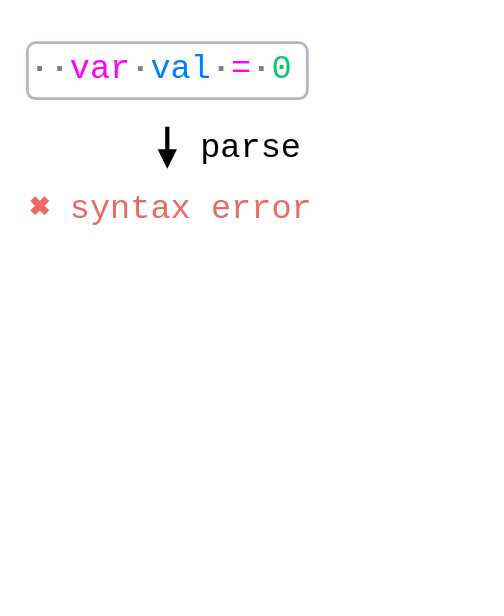
This is assets/parser-syntax-error.drawio.svg from Conaclos/biome-fosdem-2024, a draw.io export, as it was before one commit. Source tidied: cells renumbered, new cells last; positions are measured from the earlier drawing's top-left corner, leaving out a move shared by most shapes. The source it was exported from:
```xml
<mxGraphModel background="#fef7e0">
  <root>
    <mxCell id="0" />
    <mxCell id="1" parent="0" />
    <mxCell id="2" style="rounded=0;whiteSpace=wrap;html=1;fillColor=none;strokeColor=none;fontFamily=Courier New;fontSize=24;" parent="1" vertex="1">
      <mxGeometry width="360" height="440" as="geometry" />
    </mxCell>
    <mxCell id="3" value="&lt;p style=&quot;font-size: 24px;&quot;&gt;&lt;font style=&quot;font-size: 24px;&quot;&gt;&lt;font color=&quot;#808080&quot; style=&quot;font-size: 24px;&quot;&gt;&lt;b style=&quot;font-size: 24px;&quot;&gt;·&lt;/b&gt;&lt;/font&gt;&lt;/font&gt;&lt;font style=&quot;font-size: 24px;&quot;&gt;&lt;font color=&quot;#808080&quot; style=&quot;font-size: 24px;&quot;&gt;&lt;b style=&quot;font-size: 24px;&quot;&gt;·&lt;/b&gt;&lt;/font&gt;&lt;/font&gt;&lt;font style=&quot;font-size: 24px;&quot;&gt;&lt;font color=&quot;#ff00ff&quot; style=&quot;font-size: 24px;&quot;&gt;var&lt;/font&gt;&lt;/font&gt;&lt;font style=&quot;font-size: 24px;&quot;&gt;&lt;b style=&quot;font-size: 24px;&quot;&gt;&lt;font color=&quot;#808080&quot; style=&quot;font-size: 24px;&quot;&gt;·&lt;/font&gt;&lt;/b&gt;&lt;font color=&quot;#007fff&quot; style=&quot;font-size: 24px;&quot;&gt;&lt;font style=&quot;font-size: 24px;&quot;&gt;&lt;font style=&quot;font-size: 24px;&quot;&gt;v&lt;/font&gt;&lt;/font&gt;&lt;/font&gt;&lt;font color=&quot;#007fff&quot; style=&quot;font-size: 24px;&quot;&gt;&lt;font style=&quot;font-size: 24px;&quot;&gt;&lt;font style=&quot;font-size: 24px;&quot;&gt;a&lt;/font&gt;&lt;/font&gt;&lt;/font&gt;&lt;font color=&quot;#007fff&quot; style=&quot;font-size: 24px;&quot;&gt;&lt;font style=&quot;font-size: 24px;&quot;&gt;&lt;font style=&quot;font-size: 24px;&quot;&gt;l&lt;/font&gt;&lt;/font&gt;&lt;/font&gt;&lt;font color=&quot;#808080&quot; style=&quot;font-size: 24px;&quot;&gt;&lt;b style=&quot;font-size: 24px;&quot;&gt;·&lt;/b&gt;&lt;/font&gt;&lt;font color=&quot;#ff00ff&quot; style=&quot;font-size: 24px;&quot;&gt;&lt;font style=&quot;font-size: 24px;&quot;&gt;&lt;font style=&quot;font-size: 24px;&quot;&gt;=&lt;/font&gt;&lt;/font&gt;&lt;/font&gt;&lt;font color=&quot;#808080&quot; style=&quot;font-size: 24px;&quot;&gt;&lt;b style=&quot;font-size: 24px;&quot;&gt;&lt;font style=&quot;font-size: 24px;&quot;&gt;·&lt;/font&gt;&lt;/b&gt;&lt;/font&gt;&lt;font style=&quot;font-size: 24px;&quot;&gt;&lt;font style=&quot;font-size: 24px;&quot;&gt;&lt;font color=&quot;#00cc66&quot; style=&quot;font-size: 24px;&quot;&gt;0&lt;/font&gt;&lt;/font&gt;&lt;/font&gt;&lt;/font&gt;&lt;/p&gt;" style="rounded=1;whiteSpace=wrap;html=1;fillColor=none;strokeColor=#190033;strokeWidth=2;perimeterSpacing=0;fillOpacity=100;opacity=30;fontFamily=Courier New;align=left;fontSize=24;verticalAlign=middle;" parent="1" vertex="1">
      <mxGeometry x="20" y="30" width="200" height="40" as="geometry" />
    </mxCell>
    <mxCell id="4" value="&lt;div class=&quot;language-text&quot; style=&quot;font-size: 24px;&quot;&gt;&lt;code class=&quot;language-text&quot; style=&quot;font-size: 24px;&quot;&gt;&lt;strong style=&quot;font-size: 24px;&quot;&gt;  &lt;/strong&gt;&lt;font color=&quot;#ea6b66&quot;&gt;&lt;strong style=&quot;font-size: 24px;&quot;&gt;&lt;span style=&quot;font-size: 24px;&quot;&gt;✖&lt;/span&gt;&lt;/strong&gt;&amp;nbsp;syntax error&lt;/font&gt;&lt;/code&gt;&lt;code class=&quot;language-text&quot; style=&quot;font-size: 24px;&quot;&gt;&lt;br&gt;&lt;/code&gt;&lt;/div&gt;" style="text;html=1;align=left;verticalAlign=middle;strokeColor=none;fillColor=none;fontFamily=Courier New;fontSize=24;" parent="1" vertex="1">
      <mxGeometry x="20" y="130" width="230" height="40" as="geometry" />
    </mxCell>
    <mxCell id="5" style="rounded=0;orthogonalLoop=1;jettySize=auto;html=1;strokeWidth=3;endArrow=block;endFill=1;fontFamily=Courier New;fontSize=24;" parent="1" edge="1">
      <mxGeometry relative="1" as="geometry">
        <mxPoint x="120" y="90" as="sourcePoint" />
        <mxPoint x="120" y="120" as="targetPoint" />
      </mxGeometry>
    </mxCell>
    <mxCell id="6" value="&lt;font style=&quot;font-size: 24px;&quot;&gt;parse&lt;br style=&quot;font-size: 24px;&quot;&gt;&lt;/font&gt;" style="edgeLabel;html=1;align=left;verticalAlign=middle;labelBackgroundColor=none;fontFamily=Courier New;fontSize=24;" parent="5" vertex="1">
      <mxGeometry relative="1" as="geometry">
        <mxPoint x="22" as="offset" />
      </mxGeometry>
    </mxCell>
  </root>
</mxGraphModel>
```
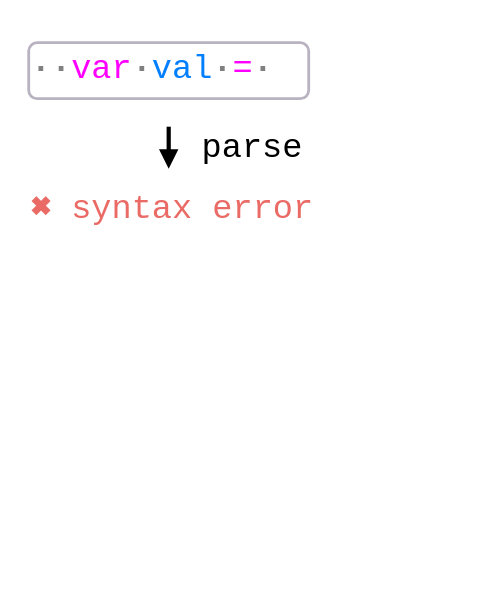
Later version of the same file.

Commit message:
fix: regular parser syntax error figure

What changed in the source:
```diff
@@ -5,7 +5,7 @@
     <mxCell id="2" style="rounded=0;whiteSpace=wrap;html=1;fillColor=none;strokeColor=none;fontFamily=Courier New;fontSize=24;" parent="1" vertex="1">
       <mxGeometry width="360" height="440" as="geometry" />
     </mxCell>
-    <mxCell id="3" value="&lt;p style=&quot;font-size: 24px;&quot;&gt;&lt;font style=&quot;font-size: 24px;&quot;&gt;&lt;font color=&quot;#808080&quot; style=&quot;font-size: 24px;&quot;&gt;&lt;b style=&quot;font-size: 24px;&quot;&gt;·&lt;/b&gt;&lt;/font&gt;&lt;/font&gt;&lt;font style=&quot;font-size: 24px;&quot;&gt;&lt;font color=&quot;#808080&quot; style=&quot;font-size: 24px;&quot;&gt;&lt;b style=&quot;font-size: 24px;&quot;&gt;·&lt;/b&gt;&lt;/font&gt;&lt;/font&gt;&lt;font style=&quot;font-size: 24px;&quot;&gt;&lt;font color=&quot;#ff00ff&quot; style=&quot;font-size: 24px;&quot;&gt;var&lt;/font&gt;&lt;/font&gt;&lt;font style=&quot;font-size: 24px;&quot;&gt;&lt;b style=&quot;font-size: 24px;&quot;&gt;&lt;font color=&quot;#808080&quot; style=&quot;font-size: 24px;&quot;&gt;·&lt;/font&gt;&lt;/b&gt;&lt;font color=&quot;#007fff&quot; style=&quot;font-size: 24px;&quot;&gt;&lt;font style=&quot;font-size: 24px;&quot;&gt;&lt;font style=&quot;font-size: 24px;&quot;&gt;v&lt;/font&gt;&lt;/font&gt;&lt;/font&gt;&lt;font color=&quot;#007fff&quot; style=&quot;font-size: 24px;&quot;&gt;&lt;font style=&quot;font-size: 24px;&quot;&gt;&lt;font style=&quot;font-size: 24px;&quot;&gt;a&lt;/font&gt;&lt;/font&gt;&lt;/font&gt;&lt;font color=&quot;#007fff&quot; style=&quot;font-size: 24px;&quot;&gt;&lt;font style=&quot;font-size: 24px;&quot;&gt;&lt;font style=&quot;font-size: 24px;&quot;&gt;l&lt;/font&gt;&lt;/font&gt;&lt;/font&gt;&lt;font color=&quot;#808080&quot; style=&quot;font-size: 24px;&quot;&gt;&lt;b style=&quot;font-size: 24px;&quot;&gt;·&lt;/b&gt;&lt;/font&gt;&lt;font color=&quot;#ff00ff&quot; style=&quot;font-size: 24px;&quot;&gt;&lt;font style=&quot;font-size: 24px;&quot;&gt;&lt;font style=&quot;font-size: 24px;&quot;&gt;=&lt;/font&gt;&lt;/font&gt;&lt;/font&gt;&lt;font color=&quot;#808080&quot; style=&quot;font-size: 24px;&quot;&gt;&lt;b style=&quot;font-size: 24px;&quot;&gt;&lt;font style=&quot;font-size: 24px;&quot;&gt;·&lt;/font&gt;&lt;/b&gt;&lt;/font&gt;&lt;font style=&quot;font-size: 24px;&quot;&gt;&lt;font style=&quot;font-size: 24px;&quot;&gt;&lt;font color=&quot;#00cc66&quot; style=&quot;font-size: 24px;&quot;&gt;0&lt;/font&gt;&lt;/font&gt;&lt;/font&gt;&lt;/font&gt;&lt;/p&gt;" style="rounded=1;whiteSpace=wrap;html=1;fillColor=none;strokeColor=#190033;strokeWidth=2;perimeterSpacing=0;fillOpacity=100;opacity=30;fontFamily=Courier New;align=left;fontSize=24;verticalAlign=middle;" parent="1" vertex="1">
+    <mxCell id="3" value="&lt;p style=&quot;font-size: 24px;&quot;&gt;&lt;font style=&quot;font-size: 24px;&quot;&gt;&lt;font color=&quot;#808080&quot; style=&quot;font-size: 24px;&quot;&gt;&lt;b style=&quot;font-size: 24px;&quot;&gt;·&lt;/b&gt;&lt;/font&gt;&lt;/font&gt;&lt;font style=&quot;font-size: 24px;&quot;&gt;&lt;font color=&quot;#808080&quot; style=&quot;font-size: 24px;&quot;&gt;&lt;b style=&quot;font-size: 24px;&quot;&gt;·&lt;/b&gt;&lt;/font&gt;&lt;/font&gt;&lt;font style=&quot;font-size: 24px;&quot;&gt;&lt;font color=&quot;#ff00ff&quot; style=&quot;font-size: 24px;&quot;&gt;var&lt;/font&gt;&lt;/font&gt;&lt;font style=&quot;font-size: 24px;&quot;&gt;&lt;b style=&quot;font-size: 24px;&quot;&gt;&lt;font color=&quot;#808080&quot; style=&quot;font-size: 24px;&quot;&gt;·&lt;/font&gt;&lt;/b&gt;&lt;font color=&quot;#007fff&quot; style=&quot;font-size: 24px;&quot;&gt;&lt;font style=&quot;font-size: 24px;&quot;&gt;&lt;font style=&quot;font-size: 24px;&quot;&gt;v&lt;/font&gt;&lt;/font&gt;&lt;/font&gt;&lt;font color=&quot;#007fff&quot; style=&quot;font-size: 24px;&quot;&gt;&lt;font style=&quot;font-size: 24px;&quot;&gt;&lt;font style=&quot;font-size: 24px;&quot;&gt;a&lt;/font&gt;&lt;/font&gt;&lt;/font&gt;&lt;font color=&quot;#007fff&quot; style=&quot;font-size: 24px;&quot;&gt;&lt;font style=&quot;font-size: 24px;&quot;&gt;&lt;font style=&quot;font-size: 24px;&quot;&gt;l&lt;/font&gt;&lt;/font&gt;&lt;/font&gt;&lt;font color=&quot;#808080&quot; style=&quot;font-size: 24px;&quot;&gt;&lt;b style=&quot;font-size: 24px;&quot;&gt;·&lt;/b&gt;&lt;/font&gt;&lt;font color=&quot;#ff00ff&quot; style=&quot;font-size: 24px;&quot;&gt;&lt;font style=&quot;font-size: 24px;&quot;&gt;&lt;font style=&quot;font-size: 24px;&quot;&gt;=&lt;/font&gt;&lt;/font&gt;&lt;/font&gt;&lt;font color=&quot;#808080&quot; style=&quot;font-size: 24px;&quot;&gt;&lt;b style=&quot;font-size: 24px;&quot;&gt;&lt;font style=&quot;font-size: 24px;&quot;&gt;·&lt;/font&gt;&lt;/b&gt;&lt;/font&gt;&lt;/font&gt;&lt;/p&gt;" style="rounded=1;whiteSpace=wrap;html=1;fillColor=none;strokeColor=#190033;strokeWidth=2;perimeterSpacing=0;fillOpacity=100;opacity=30;fontFamily=Courier New;align=left;fontSize=24;verticalAlign=middle;" parent="1" vertex="1">
       <mxGeometry x="20" y="30" width="200" height="40" as="geometry" />
     </mxCell>
     <mxCell id="4" value="&lt;div class=&quot;language-text&quot; style=&quot;font-size: 24px;&quot;&gt;&lt;code class=&quot;language-text&quot; style=&quot;font-size: 24px;&quot;&gt;&lt;strong style=&quot;font-size: 24px;&quot;&gt;  &lt;/strong&gt;&lt;font color=&quot;#ea6b66&quot;&gt;&lt;strong style=&quot;font-size: 24px;&quot;&gt;&lt;span style=&quot;font-size: 24px;&quot;&gt;✖&lt;/span&gt;&lt;/strong&gt;&amp;nbsp;syntax error&lt;/font&gt;&lt;/code&gt;&lt;code class=&quot;language-text&quot; style=&quot;font-size: 24px;&quot;&gt;&lt;br&gt;&lt;/code&gt;&lt;/div&gt;" style="text;html=1;align=left;verticalAlign=middle;strokeColor=none;fillColor=none;fontFamily=Courier New;fontSize=24;" parent="1" vertex="1">
```
